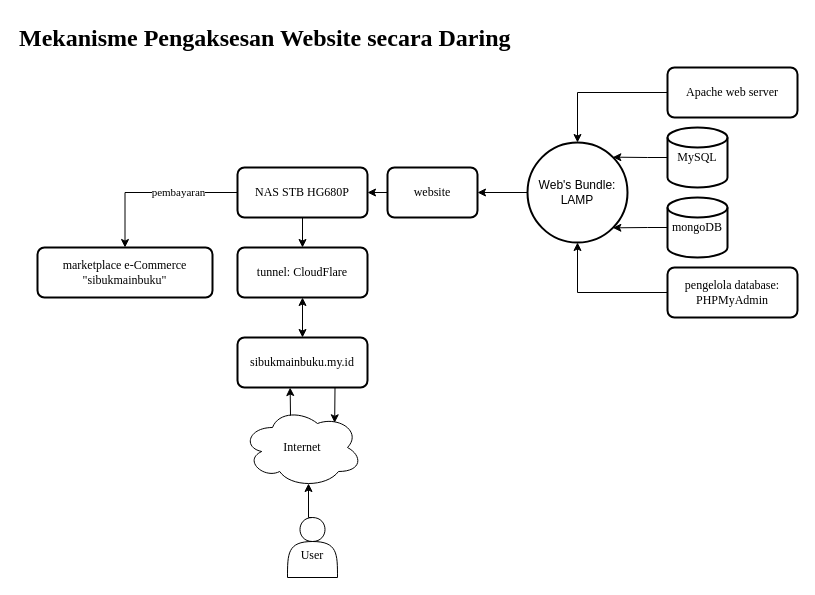
Before: page "Webhost" (6 of 6) of Chart on Search Query.drawio in troders34/research, a draw.io diagram. Source tidied: cells renumbered, new cells numbered last; positions are measured from the earlier drawing's top-left corner, leaving out a move shared by most shapes. Both pictures are drawn from the tidied source at 100%, with x=0, y=0 at pixel (17, 17).
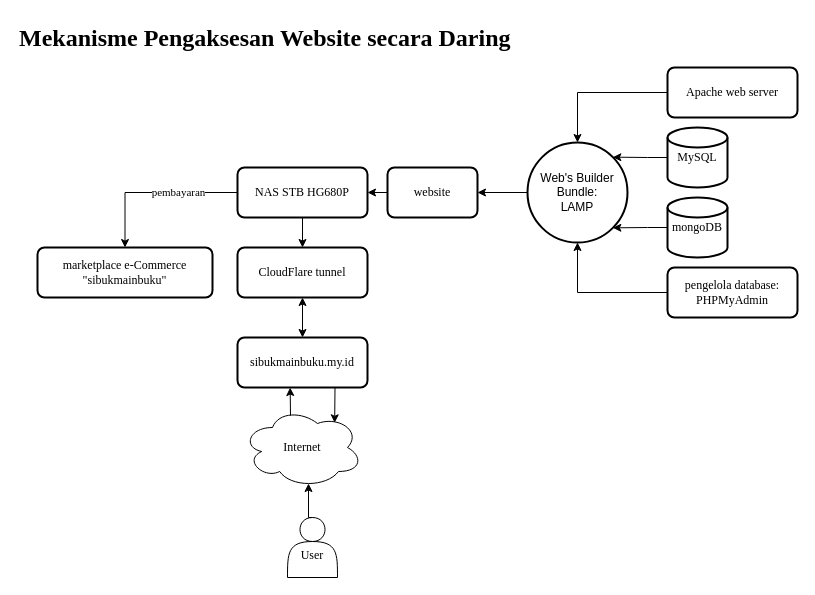
The same page after the edit.

Change to the diagram source:
```diff
@@
-    <mxCell id="21" value="tunnel: CloudFlare" style="rounded=1;whiteSpace=wrap;html=1;absoluteArcSize=1;arcSize=14;strokeWidth=2;fontFamily=Times New Roman;" parent="1" vertex="1">
+    <mxCell id="21" value="CloudFlare tunnel" style="rounded=1;whiteSpace=wrap;html=1;absoluteArcSize=1;arcSize=14;strokeWidth=2;fontFamily=Times New Roman;" parent="1" vertex="1">
       <mxGeometry x="220" y="230" width="130" height="50" as="geometry" />
     </mxCell>
@@
-    <mxCell id="25" value="&lt;div&gt;Web's Bundle:&lt;/div&gt;LAMP" style="ellipse;whiteSpace=wrap;html=1;strokeWidth=2;" parent="1" vertex="1">
+    <mxCell id="25" value="&lt;div&gt;Web's Builder Bundle:&lt;/div&gt;LAMP" style="ellipse;whiteSpace=wrap;html=1;strokeWidth=2;" parent="1" vertex="1">
       <mxGeometry x="510" y="125" width="100" height="100" as="geometry" />
     </mxCell>
```
